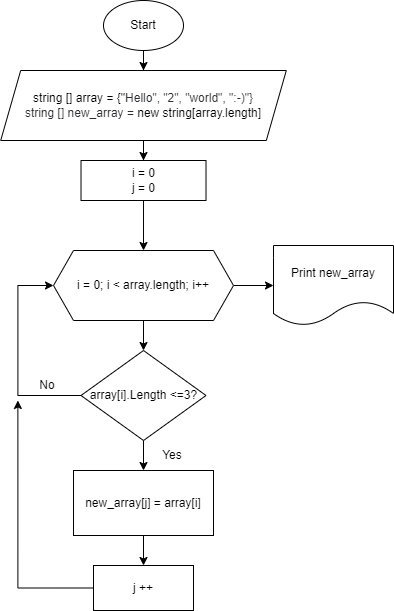
Before: Final_work.drawio.png, a diagram exported from draw.io (ananasik2024/final_test). Source tidied: cells renumbered, new cells last; positions are measured from the earlier drawing's top-left corner, leaving out a move shared by most shapes.
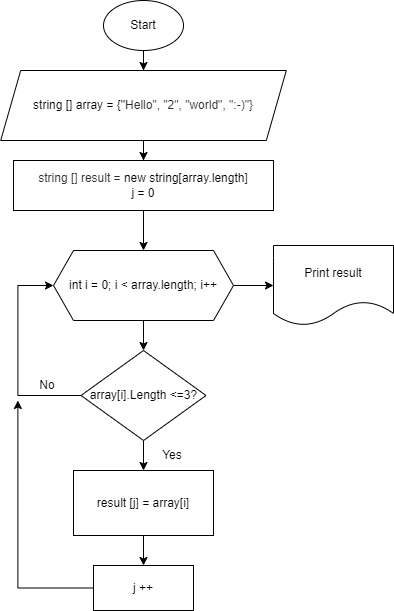
Above is the later version.

Diff of the diagram source:
```diff
@@ -5,7 +5,7 @@
     <mxCell id="2" style="edgeStyle=orthogonalEdgeStyle;rounded=0;jettySize=auto;html=1;" parent="1" edge="1" source="3" target="7">
       <mxGeometry relative="1" as="geometry" />
     </mxCell>
-    <mxCell id="3" value="string [] array = {&quot;&lt;span style=&quot;color: rgb(44, 45, 48); font-family: Onest, Roboto, &amp;quot;San Francisco&amp;quot;, &amp;quot;Helvetica Neue&amp;quot;, Helvetica, Arial; text-align: start; background-color: rgb(255, 255, 255);&quot;&gt;&lt;font style=&quot;font-size: 12px;&quot;&gt;Hello&quot;, &quot;2&quot;, &quot;world&quot;, &quot;:-)&quot;}&lt;/font&gt;&lt;/span&gt;&lt;div&gt;&lt;span style=&quot;color: rgb(44, 45, 48); font-family: Onest, Roboto, &amp;quot;San Francisco&amp;quot;, &amp;quot;Helvetica Neue&amp;quot;, Helvetica, Arial; text-align: start; background-color: rgb(255, 255, 255);&quot;&gt;&lt;font style=&quot;font-size: 12px;&quot;&gt;string [] new_array =&amp;nbsp;&lt;/font&gt;&lt;/span&gt;&lt;span style=&quot;background-color: initial;&quot;&gt;new string[array.length]&lt;/span&gt;&lt;/div&gt;" style="shape=parallelogram;perimeter=parallelogramPerimeter;whiteSpace=wrap;html=1;fixedSize=1;" parent="1" vertex="1">
+    <mxCell id="3" value="string [] array = {&quot;&lt;span style=&quot;color: rgb(44, 45, 48); font-family: Onest, Roboto, &amp;quot;San Francisco&amp;quot;, &amp;quot;Helvetica Neue&amp;quot;, Helvetica, Arial; text-align: start; background-color: rgb(255, 255, 255);&quot;&gt;&lt;font style=&quot;font-size: 12px;&quot;&gt;Hello&quot;, &quot;2&quot;, &quot;world&quot;, &quot;:-)&quot;}&lt;/font&gt;&lt;/span&gt;" style="shape=parallelogram;perimeter=parallelogramPerimeter;whiteSpace=wrap;html=1;fixedSize=1;" parent="1" vertex="1">
       <mxGeometry x="0.2" y="70" width="285.6" height="70" as="geometry" />
     </mxCell>
     <mxCell id="4" style="edgeStyle=orthogonalEdgeStyle;rounded=0;jettySize=auto;html=1;" parent="1" edge="1" source="5" target="3">
@@ -17,8 +17,8 @@
     <mxCell id="6" style="edgeStyle=orthogonalEdgeStyle;rounded=0;jettySize=auto;html=1;" parent="1" edge="1" source="7" target="10">
       <mxGeometry relative="1" as="geometry" />
     </mxCell>
-    <mxCell id="7" value="i = 0&lt;div&gt;j = 0&lt;/div&gt;" style="whiteSpace=wrap;html=1;" parent="1" vertex="1">
-      <mxGeometry x="80.5" y="160" width="125" height="40" as="geometry" />
+    <mxCell id="7" value="&lt;div&gt;&lt;span style=&quot;color: rgb(44, 45, 48); font-family: Onest, Roboto, &amp;quot;San Francisco&amp;quot;, &amp;quot;Helvetica Neue&amp;quot;, Helvetica, Arial; text-align: start; background-color: rgb(255, 255, 255);&quot;&gt;string [] result =&amp;nbsp;&lt;/span&gt;&lt;span style=&quot;background-color: initial;&quot;&gt;new string[array.length]&lt;/span&gt;&lt;br&gt;&lt;/div&gt;&lt;div&gt;j = 0&lt;/div&gt;" style="whiteSpace=wrap;html=1;" parent="1" vertex="1">
+      <mxGeometry x="13" y="160" width="260" height="50" as="geometry" />
     </mxCell>
     <mxCell id="8" style="edgeStyle=orthogonalEdgeStyle;rounded=0;jettySize=auto;html=1;" parent="1" edge="1" source="10" target="13">
       <mxGeometry relative="1" as="geometry" />
@@ -26,7 +26,7 @@
     <mxCell id="9" style="edgeStyle=orthogonalEdgeStyle;rounded=0;jettySize=auto;html=1;" parent="1" edge="1" source="10" target="18">
       <mxGeometry relative="1" as="geometry" />
     </mxCell>
-    <mxCell id="10" value="i = 0; i &amp;lt; array.length; i++" style="shape=hexagon;perimeter=hexagonPerimeter2;whiteSpace=wrap;html=1;fixedSize=1;" parent="1" vertex="1">
+    <mxCell id="10" value="int i = 0; i &amp;lt; array.length; i++" style="shape=hexagon;perimeter=hexagonPerimeter2;whiteSpace=wrap;html=1;fixedSize=1;" parent="1" vertex="1">
       <mxGeometry x="53" y="250" width="180" height="70" as="geometry" />
     </mxCell>
     <mxCell id="11" style="edgeStyle=orthogonalEdgeStyle;rounded=0;jettySize=auto;html=1;" parent="1" edge="1" source="13" target="15">
@@ -46,7 +46,7 @@
     <mxCell id="14" style="edgeStyle=orthogonalEdgeStyle;rounded=0;jettySize=auto;html=1;" parent="1" edge="1" source="15" target="20">
       <mxGeometry relative="1" as="geometry" />
     </mxCell>
-    <mxCell id="15" value="new_array[j] = array[i]" style="whiteSpace=wrap;html=1;" parent="1" vertex="1">
+    <mxCell id="15" value="result [j] = array[i]" style="whiteSpace=wrap;html=1;" parent="1" vertex="1">
       <mxGeometry x="73" y="470" width="140" height="65" as="geometry" />
     </mxCell>
     <mxCell id="16" value="Yes" style="text;html=1;align=center;verticalAlign=middle;whiteSpace=wrap;rounded=0;" parent="1" vertex="1">
@@ -55,7 +55,7 @@
     <mxCell id="17" value="No" style="text;html=1;align=center;verticalAlign=middle;whiteSpace=wrap;rounded=0;" parent="1" vertex="1">
       <mxGeometry x="17.4" y="370" width="60" height="30" as="geometry" />
     </mxCell>
-    <mxCell id="18" value="Print new_array" style="shape=document;whiteSpace=wrap;html=1;boundedLbl=1;" parent="1" vertex="1">
+    <mxCell id="18" value="Print result" style="shape=document;whiteSpace=wrap;html=1;boundedLbl=1;" parent="1" vertex="1">
       <mxGeometry x="273" y="245" width="120" height="80" as="geometry" />
     </mxCell>
     <mxCell id="19" style="edgeStyle=orthogonalEdgeStyle;rounded=0;jettySize=auto;html=1;entryX=0;entryY=1;entryDx=0;entryDy=0;" parent="1" edge="1" source="20" target="17">
```
